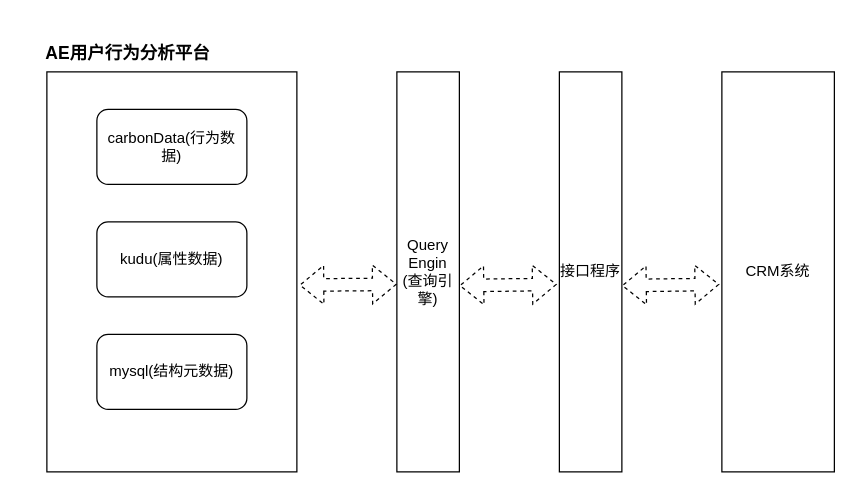
This is UBR_CRM对接架构图.drawio from DThadch/draw, a draw.io file, before an edit. Source tidied: cells renumbered, new cells numbered last; positions are measured from the earlier drawing's top-left corner, leaving out a move shared by most shapes. Both pictures are drawn from the tidied source at 125%, with x=0, y=0 at pixel (21, 34).
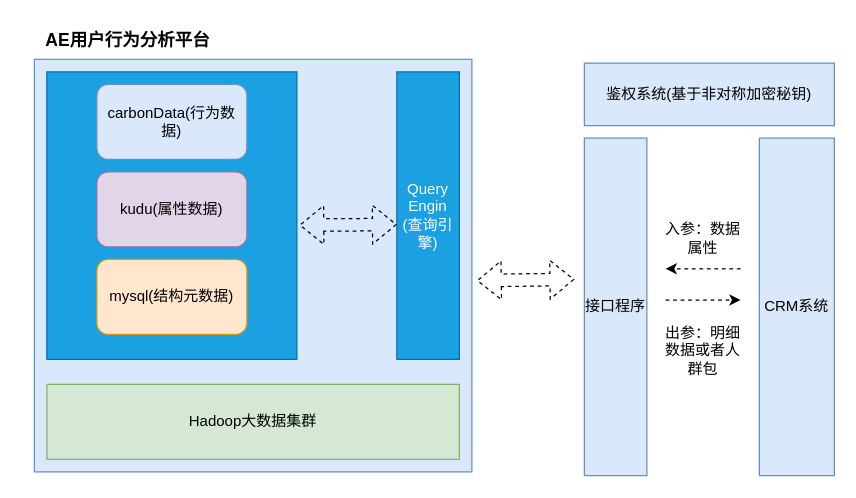
Above is the later version.

Commit message (it also covers changes not shown here):
更新UBR_CRM对接架构图.drawio

The edit, as a diff of the source:
```diff
@@
+    <mxCell id="13" style="rounded=0;whiteSpace=wrap;html=1;fillColor=#dae8fc;strokeColor=#6c8ebf;" parent="1" vertex="1">
+      <mxGeometry x="10" y="20" width="350" height="330" as="geometry" />
+    </mxCell>
-    <mxCell id="2" style="rounded=0;whiteSpace=wrap;html=1;" parent="1" vertex="1">
-      <mxGeometry x="20" y="30" width="200" height="320" as="geometry" />
+    <mxCell id="2" style="rounded=0;whiteSpace=wrap;html=1;fillColor=#1ba1e2;fontColor=#ffffff;strokeColor=#006EAF;" parent="1" vertex="1">
+      <mxGeometry x="20" y="30" width="200" height="230" as="geometry" />
     </mxCell>
-    <mxCell id="3" value="carbonData(行为数据)" style="rounded=1;whiteSpace=wrap;html=1;" parent="1" vertex="1">
-      <mxGeometry x="60" y="60" width="120" height="60" as="geometry" />
+    <mxCell id="3" value="carbonData(行为数据)" style="rounded=1;whiteSpace=wrap;html=1;fillColor=#dae8fc;strokeColor=#6c8ebf;" parent="1" vertex="1">
+      <mxGeometry x="60" y="40" width="120" height="60" as="geometry" />
     </mxCell>
-    <mxCell id="4" value="kudu(属性数据)" style="rounded=1;whiteSpace=wrap;html=1;" parent="1" vertex="1">
-      <mxGeometry x="60" y="150" width="120" height="60" as="geometry" />
+    <mxCell id="4" value="kudu(属性数据)" style="rounded=1;whiteSpace=wrap;html=1;fillColor=#e1d5e7;strokeColor=#9673a6;" parent="1" vertex="1">
+      <mxGeometry x="60" y="110" width="120" height="60" as="geometry" />
     </mxCell>
-    <mxCell id="5" value="mysql(结构元数据)" style="rounded=1;whiteSpace=wrap;html=1;" parent="1" vertex="1">
-      <mxGeometry x="60" y="240" width="120" height="60" as="geometry" />
+    <mxCell id="5" value="mysql(结构元数据)" style="rounded=1;whiteSpace=wrap;html=1;fillColor=#ffe6cc;strokeColor=#d79b00;" parent="1" vertex="1">
+      <mxGeometry x="60" y="180" width="120" height="60" as="geometry" />
     </mxCell>
-    <mxCell id="6" value="Query&lt;div&gt;Engin&lt;/div&gt;&lt;div&gt;(查询引擎)&lt;/div&gt;" style="rounded=0;whiteSpace=wrap;html=1;" parent="1" vertex="1">
-      <mxGeometry x="300" y="30" width="50" height="320" as="geometry" />
+    <mxCell id="6" value="Query&lt;div&gt;Engin&lt;/div&gt;&lt;div&gt;(查询引擎)&lt;/div&gt;" style="rounded=0;whiteSpace=wrap;html=1;fillColor=#1ba1e2;fontColor=#ffffff;strokeColor=#006EAF;" parent="1" vertex="1">
+      <mxGeometry x="300" y="30" width="50" height="230" as="geometry" />
     </mxCell>
-    <mxCell id="7" value="接口程序" style="rounded=0;whiteSpace=wrap;html=1;" parent="1" vertex="1">
-      <mxGeometry x="430" y="30" width="50" height="320" as="geometry" />
+    <mxCell id="7" value="接口程序" style="rounded=0;whiteSpace=wrap;html=1;fillColor=#dae8fc;strokeColor=#6c8ebf;" parent="1" vertex="1">
+      <mxGeometry x="450" y="83" width="50" height="270" as="geometry" />
     </mxCell>
-    <mxCell id="8" value="CRM系统" style="rounded=0;whiteSpace=wrap;html=1;" parent="1" vertex="1">
-      <mxGeometry x="560" y="30" width="90" height="320" as="geometry" />
+    <mxCell id="8" value="CRM系统" style="rounded=0;whiteSpace=wrap;html=1;fillColor=#dae8fc;strokeColor=#6c8ebf;" parent="1" vertex="1">
+      <mxGeometry x="590" y="83" width="60" height="270" as="geometry" />
     </mxCell>
     <mxCell id="9" value="AE用户行为分析平台" style="text;html=1;align=center;verticalAlign=middle;whiteSpace=wrap;rounded=0;fontSize=14;fontStyle=1;" parent="1" vertex="1">
-      <mxGeometry width="170" height="30" as="geometry" />
+      <mxGeometry y="-10" width="170" height="30" as="geometry" />
     </mxCell>
@@
     <mxCell id="11" style="endArrow=classic;startArrow=classic;html=1;rounded=0;dashed=1;shape=flexArrow;entryX=0;entryY=0.531;entryDx=0;entryDy=0;entryPerimeter=0;exitX=1.01;exitY=0.533;exitDx=0;exitDy=0;exitPerimeter=0;" parent="1" edge="1">
       <mxGeometry relative="1" as="geometry">
-        <mxPoint x="350" y="201" as="sourcePoint" />
-        <mxPoint x="428" y="200" as="targetPoint" />
+        <mxPoint x="364" y="197" as="sourcePoint" />
+        <mxPoint x="442" y="196" as="targetPoint" />
       </mxGeometry>
     </mxCell>
-    <mxCell id="12" style="endArrow=classic;startArrow=classic;html=1;rounded=0;dashed=1;shape=flexArrow;entryX=0;entryY=0.531;entryDx=0;entryDy=0;entryPerimeter=0;exitX=1.01;exitY=0.533;exitDx=0;exitDy=0;exitPerimeter=0;" parent="1" edge="1">
-      <mxGeometry relative="1" as="geometry">
-        <mxPoint x="480" y="201" as="sourcePoint" />
-        <mxPoint x="558" y="200" as="targetPoint" />
-      </mxGeometry>
-    </mxCell>
+    <mxCell id="14" value="入参：数据属性" style="text;html=1;align=center;verticalAlign=middle;whiteSpace=wrap;rounded=0;" parent="1" vertex="1">
+      <mxGeometry x="510" y="143" width="70" height="40" as="geometry" />
+    </mxCell>
+    <mxCell id="15" value="出参：明细数据或者人群包" style="text;html=1;align=center;verticalAlign=middle;whiteSpace=wrap;rounded=0;" parent="1" vertex="1">
+      <mxGeometry x="510" y="233" width="70" height="40" as="geometry" />
+    </mxCell>
+    <mxCell id="16" value="Hadoop大数据集群" style="rounded=0;whiteSpace=wrap;html=1;fillColor=#d5e8d4;strokeColor=#82b366;" parent="1" vertex="1">
+      <mxGeometry x="20" y="280" width="330" height="60" as="geometry" />
+    </mxCell>
+    <mxCell id="17" value="鉴权系统(基于非对称加密秘钥)" style="rounded=0;whiteSpace=wrap;html=1;fillColor=#dae8fc;strokeColor=#6c8ebf;" parent="1" vertex="1">
+      <mxGeometry x="450" y="23" width="200" height="50" as="geometry" />
+    </mxCell>
+    <mxCell id="18" style="endArrow=classic;html=1;rounded=0;dashed=1;" parent="1" edge="1">
+      <mxGeometry relative="1" as="geometry">
+        <mxPoint x="575" y="187.5" as="sourcePoint" />
+        <mxPoint x="515" y="187.5" as="targetPoint" />
+      </mxGeometry>
+    </mxCell>
+    <mxCell id="19" style="endArrow=classic;html=1;rounded=0;dashed=1;" parent="1" edge="1">
+      <mxGeometry relative="1" as="geometry">
+        <mxPoint x="515" y="212.5" as="sourcePoint" />
+        <mxPoint x="575" y="212.5" as="targetPoint" />
+      </mxGeometry>
+    </mxCell>
```
